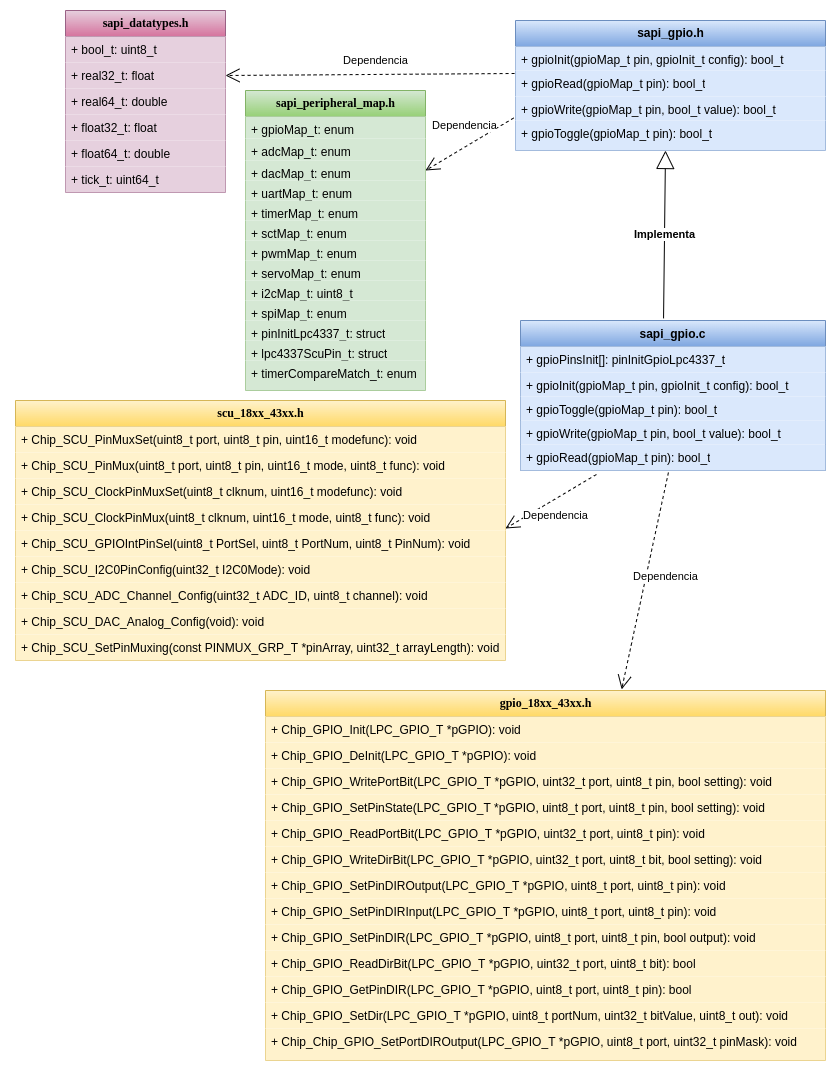
This is Figures/DiagramaClasesGPIOsAPI.png from jennifferch/Memoria-MSE, a draw.io export, as it was before one commit. Source tidied: cells renumbered, new cells last; positions are measured from the earlier drawing's top-left corner, leaving out a move shared by most shapes.
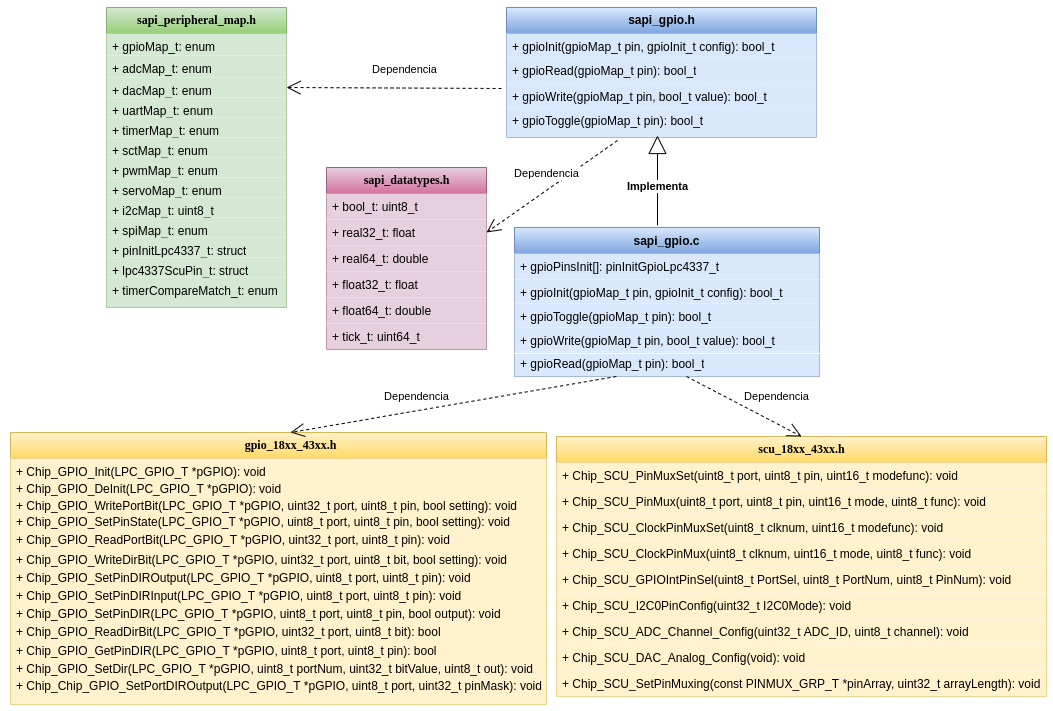
After the change.

Change to the diagram source:
```diff
@@ -2,11 +2,11 @@
   <root>
     <mxCell id="0" />
     <mxCell id="1" parent="0" />
-    <mxCell id="2" style="shape=umlFrame;whiteSpace=wrap;html=1;rounded=0;shadow=0;comic=0;labelBackgroundColor=none;strokeWidth=1;fontFamily=Verdana;fontSize=10;align=center;strokeColor=none;" parent="1" vertex="1">
-      <mxGeometry width="835" height="1070" as="geometry" />
-    </mxCell>
+    <mxCell id="64" style="shape=umlFrame;whiteSpace=wrap;html=1;rounded=0;shadow=0;comic=0;labelBackgroundColor=none;strokeWidth=1;fontFamily=Verdana;fontSize=10;align=center;strokeColor=none;direction=south;" parent="1" vertex="1">
+      <mxGeometry x="-15" y="-20" width="1070" height="910" as="geometry" />
+    </mxCell>
     <mxCell id="3" value="&lt;font style=&quot;font-size: 12px&quot;&gt;&lt;b&gt;sapi_datatypes.h&lt;/b&gt;&lt;/font&gt;" style="swimlane;html=1;fontStyle=0;horizontal=1;startSize=26;fillColor=#e6d0de;swimlaneFillColor=#ffffff;rounded=0;shadow=0;comic=0;labelBackgroundColor=none;strokeWidth=1;fontFamily=Verdana;fontSize=10;align=center;gradientColor=#d5739d;strokeColor=#996185;" parent="1" vertex="1">
-      <mxGeometry x="65" y="10" width="160" height="182" as="geometry" />
+      <mxGeometry x="335" y="160" width="160" height="182" as="geometry" />
     </mxCell>
     <mxCell id="4" value="+ bool_t:&amp;nbsp;uint8_t" style="text;html=1;strokeColor=none;fillColor=#e6d0de;align=left;verticalAlign=top;spacingLeft=4;spacingRight=4;whiteSpace=wrap;overflow=hidden;gradientColor=none;" parent="3" vertex="1">
       <mxGeometry y="26" width="160" height="26" as="geometry" />
@@ -27,7 +27,7 @@
       <mxGeometry y="156" width="160" height="26" as="geometry" />
     </mxCell>
     <mxCell id="10" value="&lt;span style=&quot;font-family: &amp;#34;helvetica&amp;#34; ; font-size: 12px ; font-weight: 700&quot;&gt;sapi_gpio.h&lt;/span&gt;" style="swimlane;html=1;fontStyle=0;horizontal=1;startSize=26;fillColor=#dae8fc;swimlaneFillColor=#ffffff;rounded=0;shadow=0;comic=0;labelBackgroundColor=none;strokeWidth=1;fontFamily=Verdana;fontSize=10;align=center;gradientColor=#7ea6e0;strokeColor=#6c8ebf;" parent="1" vertex="1">
-      <mxGeometry x="515" y="20" width="310" height="130" as="geometry" />
+      <mxGeometry x="515" width="310" height="130" as="geometry" />
     </mxCell>
     <mxCell id="11" value="+ gpioInit(gpioMap_t pin, gpioInit_t config): bool_t" style="text;html=1;strokeColor=none;fillColor=#dae8fc;align=left;verticalAlign=top;spacingLeft=4;spacingRight=4;whiteSpace=wrap;overflow=hidden;gradientColor=none;" parent="10" vertex="1">
       <mxGeometry y="26" width="310" height="24" as="geometry" />
@@ -42,7 +42,7 @@
       <mxGeometry y="100" width="310" height="30" as="geometry" />
     </mxCell>
     <mxCell id="15" value="&lt;font style=&quot;font-size: 12px&quot;&gt;&lt;b&gt;sapi_peripheral_map.h&lt;/b&gt;&lt;/font&gt;" style="swimlane;html=1;fontStyle=0;horizontal=1;startSize=26;fillColor=#d5e8d4;swimlaneFillColor=none;rounded=0;shadow=0;comic=0;labelBackgroundColor=none;strokeWidth=1;fontFamily=Verdana;fontSize=10;align=center;gradientColor=#97d077;strokeColor=#82b366;" parent="1" vertex="1">
-      <mxGeometry x="245" y="90" width="180" height="300" as="geometry" />
+      <mxGeometry x="115" width="180" height="300" as="geometry" />
     </mxCell>
     <mxCell id="16" value="+ gpioMap_t: enum" style="text;html=1;strokeColor=none;fillColor=#d5e8d4;align=left;verticalAlign=top;spacingLeft=4;spacingRight=4;whiteSpace=wrap;overflow=hidden;gradientColor=none;" parent="15" vertex="1">
       <mxGeometry y="26" width="180" height="22" as="geometry" />
@@ -84,7 +84,7 @@
       <mxGeometry y="270" width="180" height="30" as="geometry" />
     </mxCell>
     <mxCell id="29" value="sapi_gpio.c" style="swimlane;fontStyle=1;align=center;verticalAlign=top;horizontal=1;startSize=26;fillColor=#dae8fc;gradientColor=#7ea6e0;strokeColor=#6c8ebf;" parent="1" vertex="1">
-      <mxGeometry x="520" y="320" width="305" height="150" as="geometry" />
+      <mxGeometry x="523" y="290" width="305" height="150" as="geometry" />
     </mxCell>
     <mxCell id="30" value="+ gpioPinsInit[]: pinInitGpioLpc4337_t" style="text;strokeColor=none;fillColor=#dae8fc;align=left;verticalAlign=top;spacingLeft=4;spacingRight=4;overflow=hidden;gradientColor=none;" parent="29" vertex="1">
       <mxGeometry y="26" width="305" height="26" as="geometry" />
@@ -101,19 +101,17 @@
     <mxCell id="34" value="+ gpioRead(gpioMap_t pin):&amp;nbsp;bool_t" style="text;html=1;strokeColor=none;fillColor=#dae8fc;align=left;verticalAlign=top;spacingLeft=4;spacingRight=4;whiteSpace=wrap;overflow=hidden;points=[[0,0.5],[1,0.5]];portConstraint=eastwest;gradientColor=none;" parent="29" vertex="1">
       <mxGeometry y="124" width="305" height="26" as="geometry" />
     </mxCell>
-    <mxCell id="35" value="&lt;b&gt;Implementa&lt;/b&gt;" style="endArrow=block;endSize=16;endFill=0;html=1;rounded=0;exitX=0.469;exitY=-0.014;exitDx=0;exitDy=0;exitPerimeter=0;" parent="1" edge="1" source="29">
-      <mxGeometry relative="1" as="geometry">
-        <mxPoint x="665" y="150" as="targetPoint" />
-      </mxGeometry>
+    <mxCell id="35" value="&lt;b&gt;Implementa&lt;/b&gt;" style="endArrow=block;endSize=16;endFill=0;html=1;rounded=0;exitX=0.469;exitY=-0.014;exitDx=0;exitDy=0;exitPerimeter=0;entryX=0.487;entryY=0.933;entryDx=0;entryDy=0;entryPerimeter=0;" parent="1" edge="1" source="29" target="14">
+      <mxGeometry relative="1" as="geometry" />
     </mxCell>
-    <mxCell id="36" value="Dependencia" style="endArrow=open;endSize=12;dashed=1;html=1;rounded=0;exitX=-0.006;exitY=-0.083;exitDx=0;exitDy=0;exitPerimeter=0;entryX=1;entryY=0.5;entryDx=0;entryDy=0;" parent="1" edge="1" source="14" target="18">
-      <mxGeometry x="-0.1" y="-19" relative="1" as="geometry" />
-    </mxCell>
-    <mxCell id="37" value="Dependencia" style="endArrow=open;endSize=12;dashed=1;html=1;rounded=0;entryX=1;entryY=0.5;entryDx=0;entryDy=0;exitX=-0.003;exitY=0.115;exitDx=0;exitDy=0;exitPerimeter=0;" parent="1" edge="1" source="12" target="5">
-      <mxGeometry x="-0.04" y="-14" relative="1" as="geometry" />
-    </mxCell>
+    <mxCell id="65" value="Dependencia" style="endArrow=open;endSize=12;dashed=1;html=1;rounded=0;exitX=-0.016;exitY=0.208;exitDx=0;exitDy=0;exitPerimeter=0;entryX=1;entryY=0.5;entryDx=0;entryDy=0;" parent="1" edge="1" source="13" target="18">
+      <mxGeometry x="-0.1" y="-19" relative="1" as="geometry" />
+    </mxCell>
+    <mxCell id="66" value="Dependencia" style="endArrow=open;endSize=12;dashed=1;html=1;rounded=0;entryX=1;entryY=0.5;entryDx=0;entryDy=0;exitX=0.358;exitY=1.1;exitDx=0;exitDy=0;exitPerimeter=0;" parent="1" edge="1" source="14" target="5">
+      <mxGeometry x="-0.04" y="-14" relative="1" as="geometry" />
+    </mxCell>
     <mxCell id="38" value="&lt;font style=&quot;font-size: 12px&quot;&gt;&lt;b&gt;scu_18xx_43xx.h&lt;/b&gt;&lt;/font&gt;" style="swimlane;html=1;fontStyle=0;horizontal=1;startSize=26;fillColor=#fff2cc;swimlaneFillColor=#ffffff;rounded=0;shadow=0;comic=0;labelBackgroundColor=none;strokeWidth=1;fontFamily=Verdana;fontSize=10;align=center;gradientColor=#ffd966;strokeColor=#d6b656;" parent="1" vertex="1">
-      <mxGeometry x="15" y="400" width="490" height="260" as="geometry" />
+      <mxGeometry x="565" y="500" width="490" height="260" as="geometry" />
     </mxCell>
     <mxCell id="39" value="+&amp;nbsp;Chip_SCU_PinMuxSet(uint8_t port, uint8_t pin, uint16_t modefunc): void" style="text;html=1;strokeColor=none;fillColor=#fff2cc;align=left;verticalAlign=top;spacingLeft=4;spacingRight=4;whiteSpace=wrap;overflow=hidden;gradientColor=none;" parent="38" vertex="1">
       <mxGeometry y="26" width="490" height="26" as="geometry" />
@@ -143,7 +141,7 @@
       <mxGeometry y="234" width="490" height="26" as="geometry" />
     </mxCell>
     <mxCell id="48" value="&lt;span style=&quot;font-size: 12px&quot;&gt;&lt;b&gt;gpio_18xx_43xx.h&lt;/b&gt;&lt;/span&gt;" style="swimlane;html=1;fontStyle=0;horizontal=1;startSize=26;fillColor=#fff2cc;swimlaneFillColor=#ffffff;rounded=0;shadow=0;comic=0;labelBackgroundColor=none;strokeWidth=1;fontFamily=Verdana;fontSize=10;align=center;gradientColor=#ffd966;strokeColor=#d6b656;" parent="1" vertex="1">
-      <mxGeometry x="265" y="690" width="560" height="370" as="geometry" />
+      <mxGeometry x="-5" y="500" width="560" height="370" as="geometry" />
     </mxCell>
     <mxCell id="49" value="&lt;font style=&quot;font-size: 12px&quot;&gt;+&amp;nbsp;Chip_GPIO_Init(LPC_GPIO_T *pGPIO): void&lt;/font&gt;" style="text;html=1;strokeColor=none;fillColor=#fff2cc;align=left;verticalAlign=top;spacingLeft=4;spacingRight=4;whiteSpace=wrap;overflow=hidden;gradientColor=none;" parent="48" vertex="1">
       <mxGeometry y="26" width="560" height="26" as="geometry" />
@@ -184,11 +182,13 @@
     <mxCell id="61" value="+ Chip_Chip_GPIO_SetPortDIROutput(LPC_GPIO_T *pGPIO, uint8_t port, uint32_t pinMask): void" style="text;html=1;strokeColor=none;fillColor=#fff2cc;align=left;verticalAlign=top;spacingLeft=4;spacingRight=4;whiteSpace=wrap;overflow=hidden;gradientColor=none;" parent="48" vertex="1">
       <mxGeometry y="338" width="560" height="32" as="geometry" />
     </mxCell>
-    <mxCell id="62" value="Dependencia" style="endArrow=open;endSize=12;dashed=1;html=1;rounded=0;entryX=1;entryY=0.923;entryDx=0;entryDy=0;entryPerimeter=0;exitX=0.249;exitY=1.154;exitDx=0;exitDy=0;exitPerimeter=0;" parent="1" edge="1" source="34" target="42">
-      <mxGeometry x="0.05" y="15" relative="1" as="geometry" />
-    </mxCell>
+    <mxCell id="67" value="Dependencia" style="endArrow=open;endSize=12;dashed=1;html=1;rounded=0;entryX=0.5;entryY=0;entryDx=0;entryDy=0;" parent="1" edge="1" target="38">
+      <mxGeometry x="0.37" y="24" relative="1" as="geometry">
+        <mxPoint x="695" y="440" as="sourcePoint" />
+      </mxGeometry>
+    </mxCell>
-    <mxCell id="63" value="Dependencia" style="endArrow=open;endSize=12;dashed=1;html=1;rounded=0;exitX=0.485;exitY=1.077;exitDx=0;exitDy=0;exitPerimeter=0;entryX=0.636;entryY=-0.003;entryDx=0;entryDy=0;entryPerimeter=0;" parent="1" edge="1" source="34" target="48">
-      <mxGeometry x="-0.08" y="19" relative="1" as="geometry" />
+    <mxCell id="63" value="Dependencia" style="endArrow=open;endSize=12;dashed=1;html=1;rounded=0;exitX=0.334;exitY=1;exitDx=0;exitDy=0;exitPerimeter=0;entryX=0.5;entryY=0;entryDx=0;entryDy=0;" parent="1" edge="1" source="34" target="48">
+      <mxGeometry x="0.13" y="-14" relative="1" as="geometry" />
     </mxCell>
   </root>
 </mxGraphModel>
```
